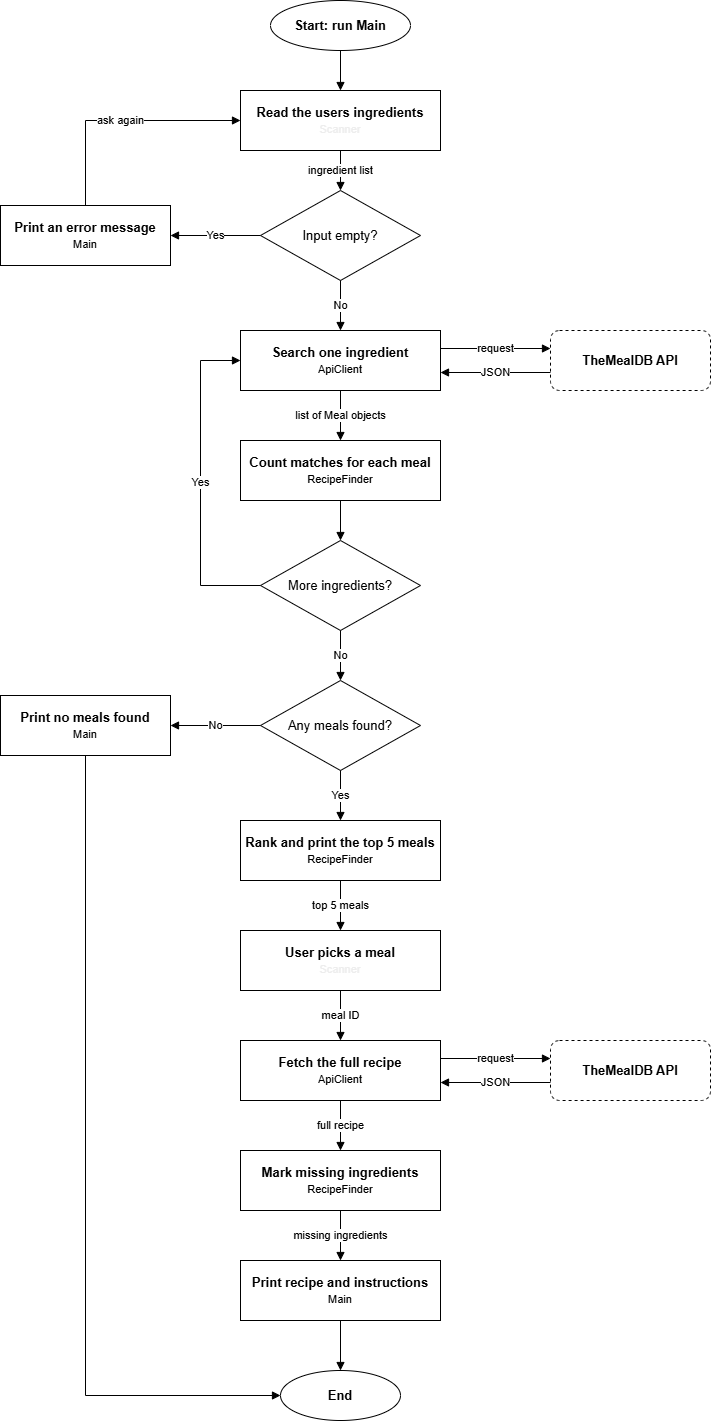
Earlier version of the draw.io export docs/RecipeFinder.drawio.png (Bestakdv/recipe-finder). Source tidied: cells renumbered, new cells last; positions are measured from the earlier drawing's top-left corner, leaving out a move shared by most shapes.
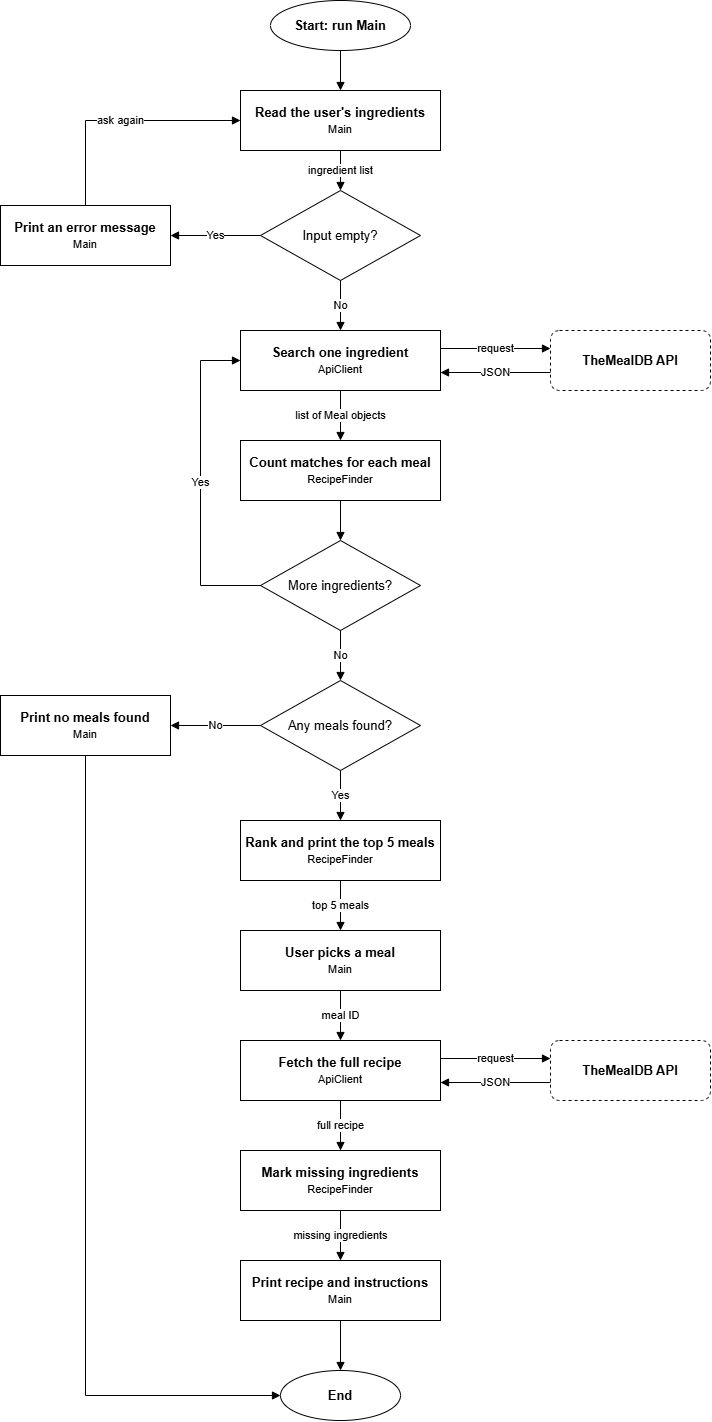
After the change.

What changed in the source:
```diff
@@ -5,7 +5,7 @@
     <mxCell id="2" value="Start: run Main" style="ellipse;whiteSpace=wrap;html=1;fillColor=#ffffff;strokeColor=#000000;fontStyle=1;fontSize=13;" parent="1" vertex="1">
       <mxGeometry x="270" width="140" height="50" as="geometry" />
     </mxCell>
-    <mxCell id="3" value="&lt;b&gt;Read the users ingredients&lt;/b&gt;&lt;br&gt;&lt;font color=&quot;#ededed&quot;&gt;&lt;span style=&quot;font-size: 11px;&quot;&gt;Scanner&lt;/span&gt;&lt;/font&gt;" style="rounded=0;whiteSpace=wrap;html=1;fillColor=#ffffff;strokeColor=#000000;fontSize=13;" parent="1" vertex="1">
+    <mxCell id="3" value="&lt;b&gt;Read the user's ingredients&lt;/b&gt;&lt;br&gt;&lt;font style=&quot;font-size: 11px;&quot; color=&quot;#000000&quot;&gt;Main&lt;/font&gt;" style="rounded=0;whiteSpace=wrap;html=1;fillColor=#ffffff;strokeColor=#000000;fontSize=13;" parent="1" vertex="1">
       <mxGeometry x="240" y="90" width="200" height="60" as="geometry" />
     </mxCell>
     <mxCell id="4" value="Input empty?" style="rhombus;whiteSpace=wrap;html=1;fillColor=#ffffff;strokeColor=#000000;fontSize=13;" parent="1" vertex="1">
@@ -35,7 +35,7 @@
     <mxCell id="12" value="&lt;b&gt;Rank and print the top 5 meals&lt;/b&gt;&lt;br&gt;&lt;font style=&quot;font-size: 11px;&quot; color=&quot;#000000&quot;&gt;RecipeFinder&lt;/font&gt;" style="rounded=0;whiteSpace=wrap;html=1;fillColor=#ffffff;strokeColor=#000000;fontSize=13;" parent="1" vertex="1">
       <mxGeometry x="240" y="820" width="200" height="60" as="geometry" />
     </mxCell>
-    <mxCell id="13" value="&lt;b&gt;User picks a meal&lt;/b&gt;&lt;br&gt;&lt;font&gt;&lt;span style=&quot;font-size: 11px; color: light-dark(rgb(237, 237, 237), rgb(255, 255, 255));&quot;&gt;Scanner&lt;/span&gt;&lt;/font&gt;" style="rounded=0;whiteSpace=wrap;html=1;fillColor=#ffffff;strokeColor=#000000;fontSize=13;" parent="1" vertex="1">
+    <mxCell id="13" value="&lt;b&gt;User picks a meal&lt;/b&gt;&lt;br&gt;&lt;font style=&quot;font-size: 11px;&quot; color=&quot;#000000&quot;&gt;Main&lt;/font&gt;" style="rounded=0;whiteSpace=wrap;html=1;fillColor=#ffffff;strokeColor=#000000;fontSize=13;" parent="1" vertex="1">
       <mxGeometry x="240" y="930" width="200" height="60" as="geometry" />
     </mxCell>
     <mxCell id="14" value="&lt;b&gt;Fetch the full recipe&lt;/b&gt;&lt;br&gt;&lt;font style=&quot;font-size: 11px;&quot; color=&quot;#000000&quot;&gt;ApiClient&lt;/font&gt;" style="rounded=0;whiteSpace=wrap;html=1;fillColor=#ffffff;strokeColor=#000000;fontSize=13;" parent="1" vertex="1">
```
